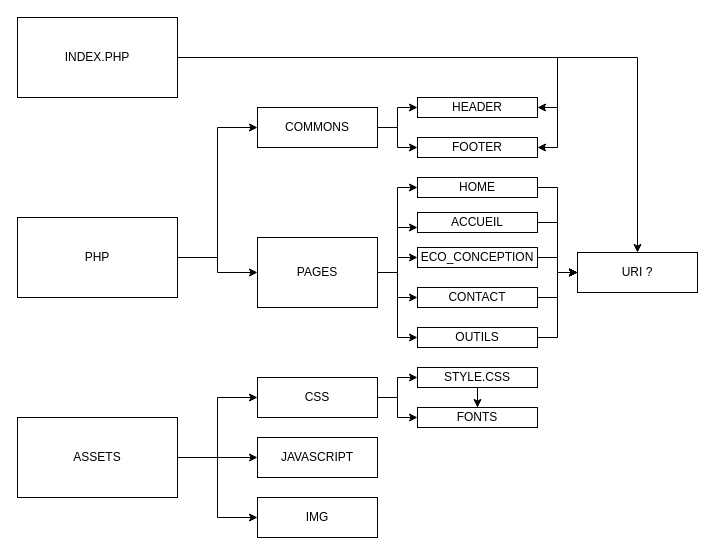
Earlier version of the draw.io diagram assets/img/Untitled Diagram.drawio (nasfernane/google.co). Source tidied: cells renumbered, new cells numbered last; positions are measured from the earlier drawing's top-left corner, leaving out a move shared by most shapes. Both pictures are drawn from the tidied source at 100%, with x=0, y=0 at pixel (17, 17).
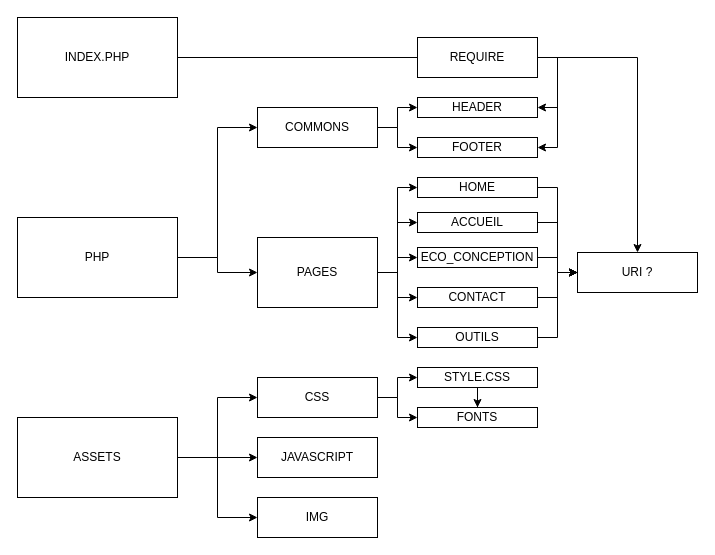
After the change.

The change refers to these unchanged cells:
```xml
<mxCell id="26" value="PAGES" style="rounded=0;whiteSpace=wrap;html=1;" parent="1" vertex="1">
  <mxGeometry x="240" y="220" width="120" height="70" as="geometry" />
</mxCell>
<mxCell id="33" value="ACCUEIL" style="rounded=0;whiteSpace=wrap;html=1;" parent="1" vertex="1">
  <mxGeometry x="400" y="195" width="120" height="20" as="geometry" />
</mxCell>
```

The edit, as a diff of the source:
```diff
@@
-    <mxCell id="22" style="edgeStyle=orthogonalEdgeStyle;rounded=0;jettySize=auto;html=1;entryX=0;entryY=0.75;entryDx=0;entryDy=0;" parent="1" edge="1" source="26" target="33">
+    <mxCell id="22" style="edgeStyle=orthogonalEdgeStyle;rounded=0;jettySize=auto;html=1;entryX=0;entryY=0.5;entryDx=0;entryDy=0;entryPerimeter=0;" parent="1" edge="1" source="26" target="33">
       <mxGeometry relative="1" as="geometry" />
     </mxCell>
@@
+    <mxCell id="43" value="REQUIRE" style="rounded=0;whiteSpace=wrap;html=1;" parent="1" vertex="1">
+      <mxGeometry x="400" y="20" width="120" height="40" as="geometry" />
+    </mxCell>
```
